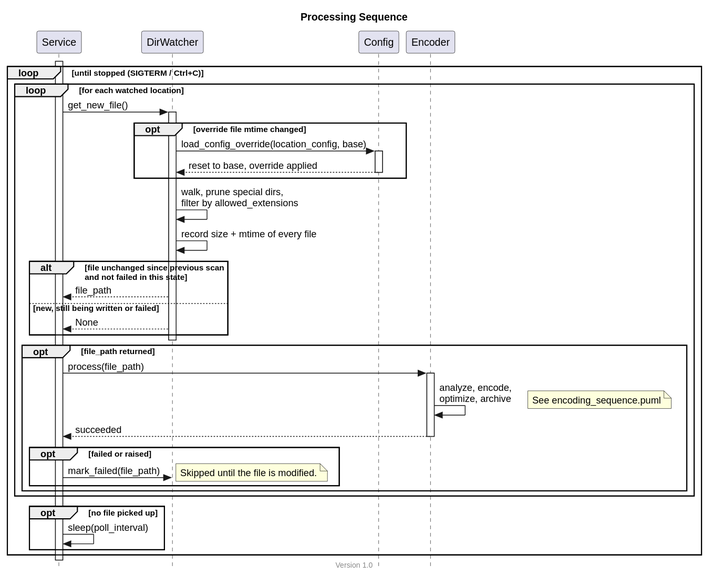
theobaldik/baycone keeps this PlantUML diagram as docs/processing_sequence.svg. Above is the earlier version. Its source is kept beside it as docs/processing_sequence.puml.
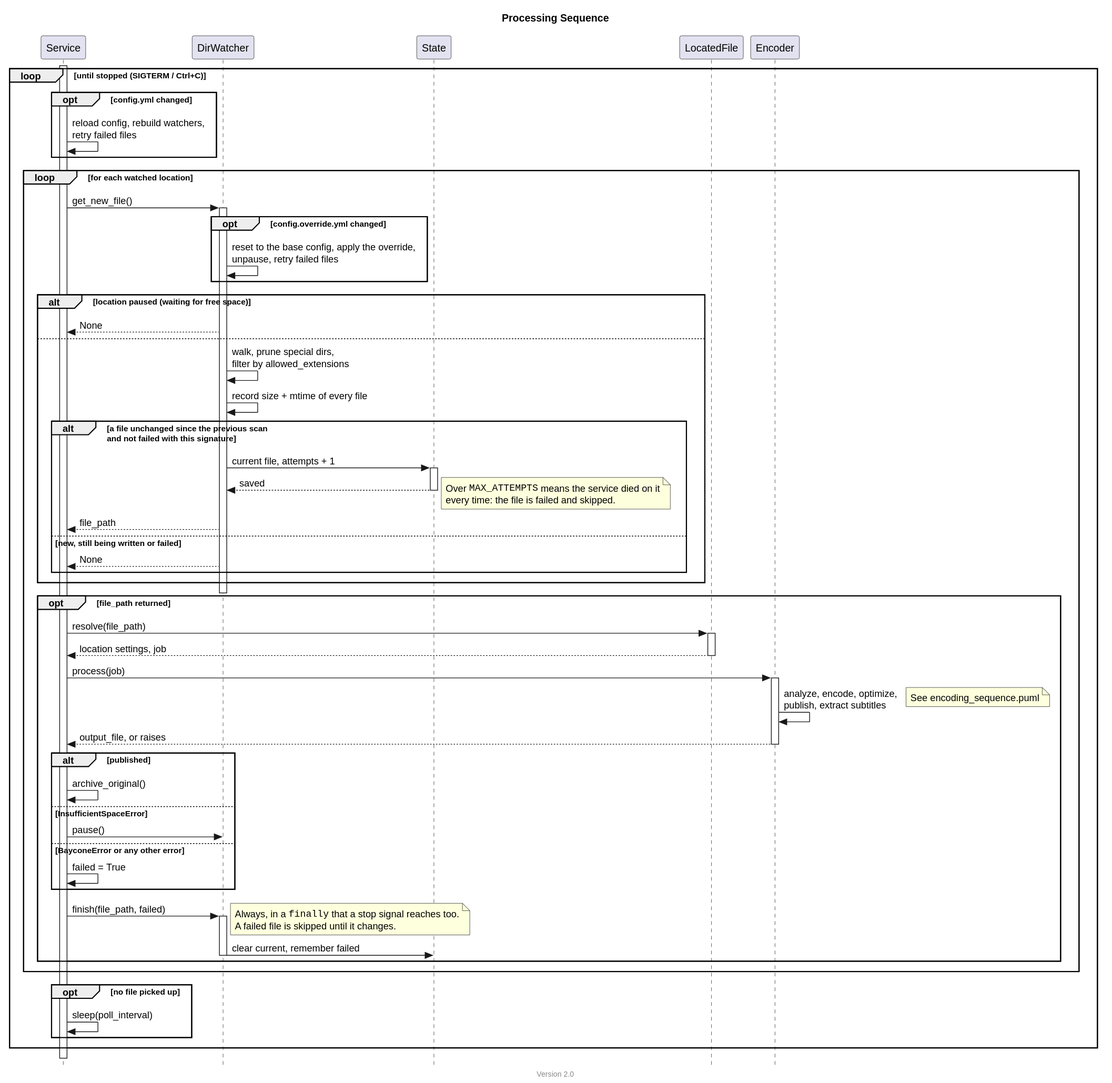
The same diagram one commit later.

The edit, as a diff of the source:
```diff
@@ -1,51 +1,82 @@
 @startuml processing_sequence
 
 title Processing Sequence
-footer Version 1.0
+footer Version 2.0
 
 skinparam style strictuml
 
 participant "Service" as service
 participant "DirWatcher" as watcher
-participant "Config" as config
+participant "State" as state
+participant "LocatedFile" as located
 participant "Encoder" as encoder
 
 activate service
 
 loop until stopped (SIGTERM / Ctrl+C)
+    opt config.yml changed
+        service -> service : reload config, rebuild watchers,\nretry failed files
+    end
+
     loop for each watched location
         service -> watcher : get_new_file()
         activate watcher
 
-        opt override file mtime changed
-            watcher -> config : load_config_override(location_config, base)
-            activate config
-            config --> watcher : reset to base, override applied
-            deactivate config
+        opt config.override.yml changed
+            watcher -> watcher : reset to the base config, apply the override,\nunpause, retry failed files
         end
 
-        watcher -> watcher : walk, prune special dirs,\nfilter by allowed_extensions
-        watcher -> watcher : record size + mtime of every file
+        alt location paused (waiting for free space)
+            watcher --> service : None
+        else
+            watcher -> watcher : walk, prune special dirs,\nfilter by allowed_extensions
+            watcher -> watcher : record size + mtime of every file
 
-        alt file unchanged since previous scan\nand not failed in this state
-            watcher --> service : file_path
-        else new, still being written or failed
-            watcher --> service : None
+            alt a file unchanged since the previous scan\nand not failed with this signature
+                watcher -> state : current file, attempts + 1
+                activate state
+                state --> watcher : saved
+                deactivate state
+                note right
+                    Over ""MAX_ATTEMPTS"" means the service died on it
+                    every time: the file is failed and skipped.
+                end note
+                watcher --> service : file_path
+            else new, still being written or failed
+                watcher --> service : None
+            end
         end
         deactivate watcher
 
         opt file_path returned
-            service -> encoder : process(file_path)
+            service -> located : resolve(file_path)
+            activate located
+            located --> service : location settings, job
+            deactivate located
+
+            service -> encoder : process(job)
             activate encoder
-            encoder -> encoder : analyze, encode,\noptimize, archive
+            encoder -> encoder : analyze, encode, optimize,\npublish, extract subtitles
             note right: See encoding_sequence.puml
-            encoder --> service : succeeded
+            encoder --> service : output_file, or raises
             deactivate encoder
 
-            opt failed or raised
-                service -> watcher : mark_failed(file_path)
-                note right: Skipped until the file is modified.
+            alt published
+                service -> service : archive_original()
+            else InsufficientSpaceError
+                service -> watcher : pause()
+            else BayconeError or any other error
+                service -> service : failed = True
             end
+
+            service -> watcher : finish(file_path, failed)
+            note right
+                Always, in a ""finally"" that a stop signal reaches too.
+                A failed file is skipped until it changes.
+            end note
+            activate watcher
+            watcher -> state : clear current, remember failed
+            deactivate watcher
         end
     end
 
```
